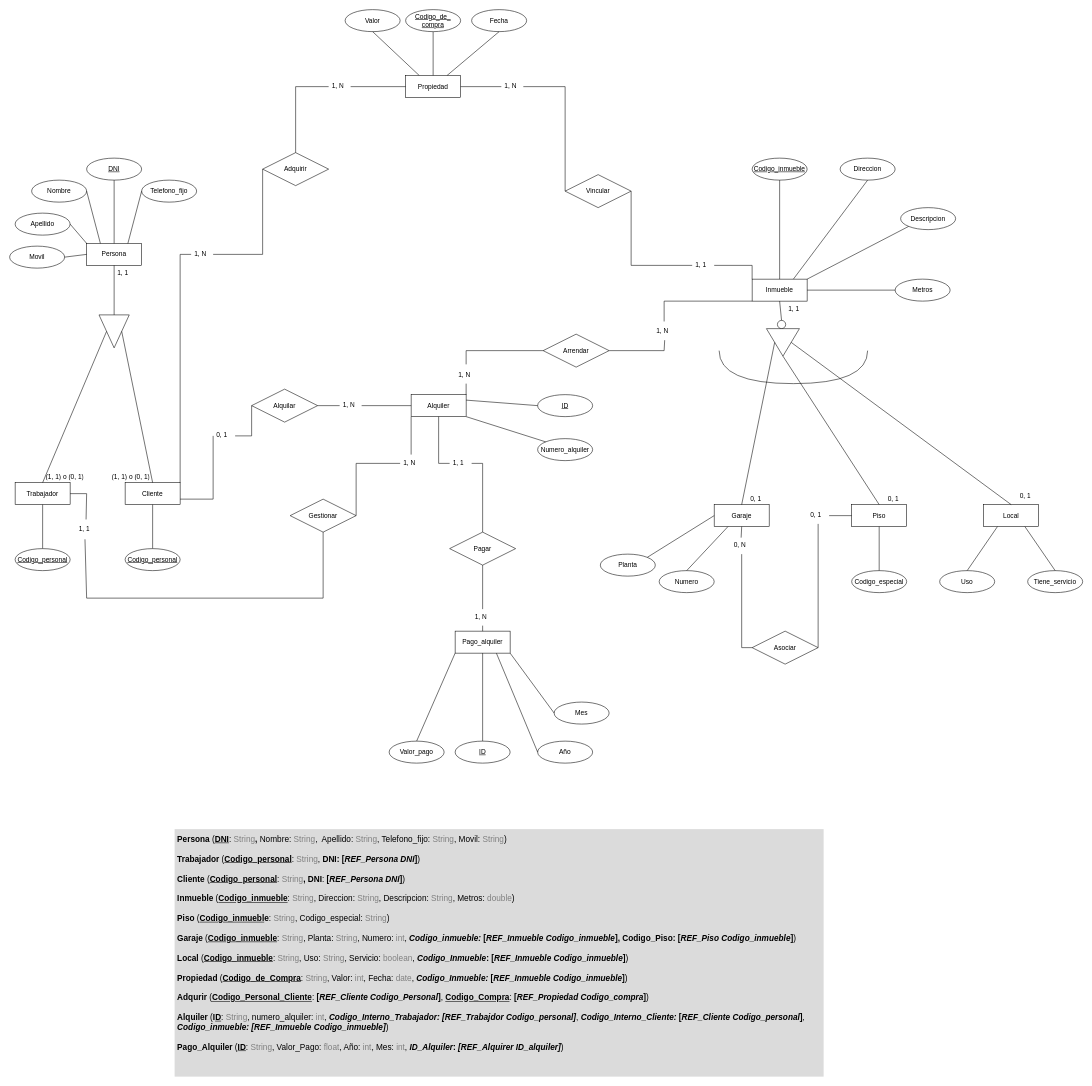
jordimall/jmg-tsys-ta12diagramasER-drawio-111023 keeps this draw.io diagram as Actividad_18_C3_UD12.drawio. Above is the earlier version. Source tidied: cells renumbered, new cells numbered last; positions are measured from the earlier drawing's top-left corner, leaving out a move shared by most shapes. Both pictures are drawn from the tidied source at 55%, with x=0, y=0 at pixel (9, 9).
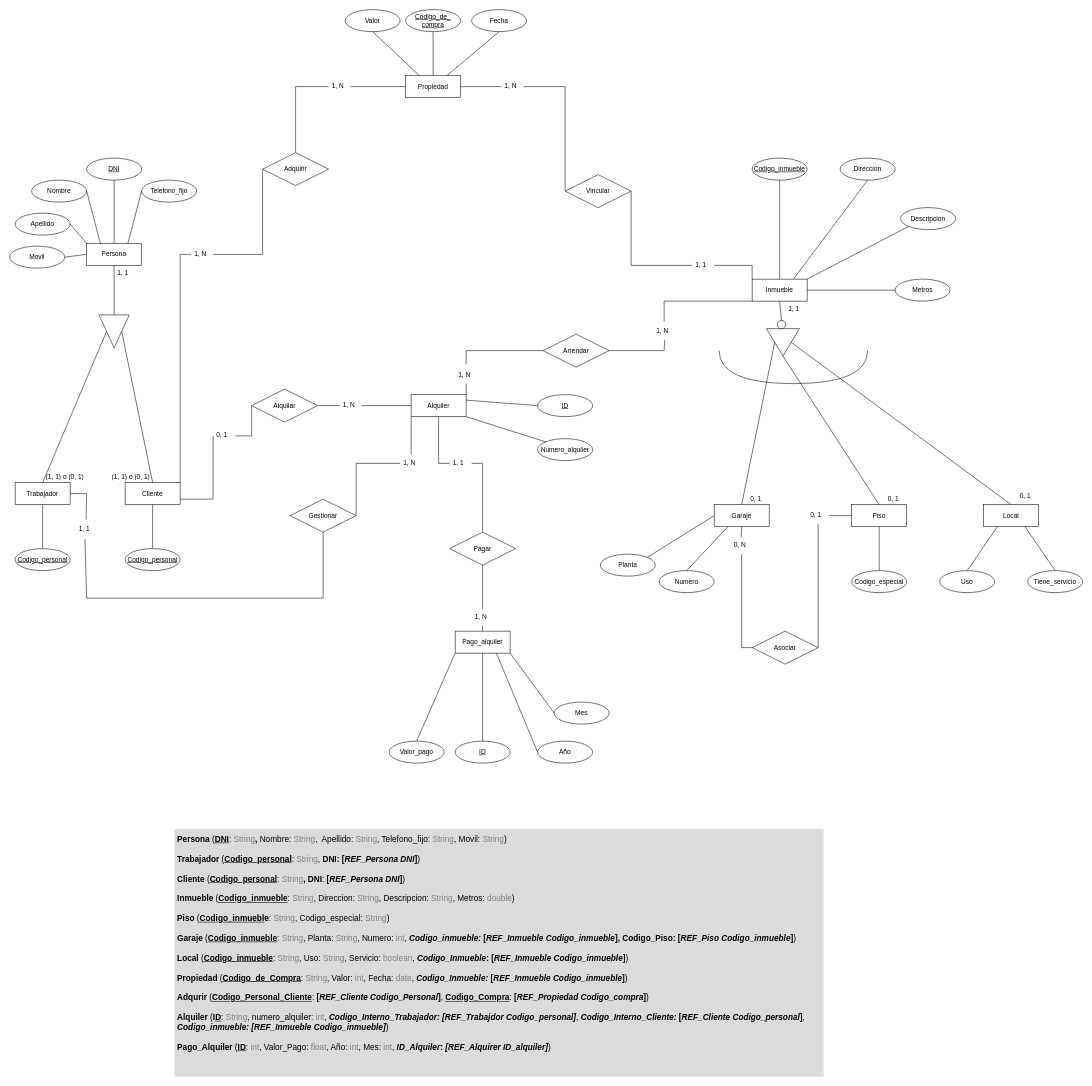
The same diagram, later.

Commit message:
Actualizar relacional pago_alquiler .drawio

Change to the diagram source:
```diff
@@
-    <mxCell id="107" value="&lt;div style=&quot;line-height: 120%;&quot;&gt;&lt;font style=&quot;font-size: 15px;&quot;&gt;&lt;b&gt;Persona &lt;/b&gt;(&lt;u style=&quot;font-weight: bold;&quot;&gt;DNI&lt;/u&gt;:&lt;b&gt;&amp;nbsp;&lt;/b&gt;&lt;/font&gt;&lt;font style=&quot;font-size: 15px;&quot;&gt;&lt;font color=&quot;#808080&quot;&gt;String&lt;/font&gt;&lt;b&gt;,&lt;/b&gt; Nombre:&amp;nbsp;&lt;/font&gt;&lt;font color=&quot;#808080&quot;&gt;String&lt;/font&gt;&lt;font style=&quot;font-size: 15px;&quot;&gt;,&amp;nbsp; Apellido:&amp;nbsp;&lt;/font&gt;&lt;font style=&quot;font-size: 15px;&quot;&gt;&lt;font color=&quot;#808080&quot;&gt;String&lt;/font&gt;, Telefono_fijo:&amp;nbsp;&lt;/font&gt;&lt;font color=&quot;#808080&quot;&gt;String&lt;/font&gt;&lt;font style=&quot;font-size: 15px;&quot;&gt;, Movil:&amp;nbsp;&lt;/font&gt;&lt;font color=&quot;#808080&quot;&gt;String&lt;/font&gt;&lt;span style=&quot;background-color: rgb(219, 219, 219);&quot;&gt;&lt;font style=&quot;font-size: 15px;&quot;&gt;)&lt;/font&gt;&lt;/span&gt;&lt;/div&gt;&lt;div style=&quot;line-height: 120%;&quot;&gt;&lt;span style=&quot;background-color: rgb(219, 219, 219);&quot;&gt;&lt;font style=&quot;font-size: 15px;&quot;&gt;&lt;br&gt;&lt;/font&gt;&lt;/span&gt;&lt;/div&gt;&lt;div style=&quot;line-height: 120%;&quot;&gt;&lt;font style=&quot;font-size: 15px;&quot;&gt;&lt;b&gt;Trabajador &lt;/b&gt;(&lt;u&gt;&lt;b&gt;Codigo_personal&lt;/b&gt;&lt;/u&gt;: &lt;font style=&quot;&quot; color=&quot;#808080&quot;&gt;String&lt;/font&gt;, &lt;b&gt;DNI: [&lt;i&gt;REF_Persona DNI&lt;/i&gt;]&lt;/b&gt;)&lt;/font&gt;&lt;/div&gt;&lt;div style=&quot;line-height: 120%;&quot;&gt;&lt;font style=&quot;font-size: 15px;&quot;&gt;&lt;br&gt;&lt;/font&gt;&lt;/div&gt;&lt;div style=&quot;line-height: 120%;&quot;&gt;&lt;font style=&quot;font-size: 15px;&quot;&gt;&lt;b&gt;Cliente &lt;/b&gt;(&lt;/font&gt;&lt;font style=&quot;font-size: 15px;&quot;&gt;&lt;u style=&quot;font-weight: bold;&quot;&gt;Codigo_personal&lt;/u&gt;:&lt;b&gt;&amp;nbsp;&lt;/b&gt;&lt;/font&gt;&lt;font color=&quot;#808080&quot;&gt;String&lt;/font&gt;&lt;font style=&quot;font-size: 15px;&quot;&gt;&lt;b&gt;,&lt;/b&gt;&amp;nbsp;&lt;b&gt;DNI&lt;/b&gt;:&amp;nbsp;&lt;/font&gt;&lt;b&gt;[&lt;i&gt;REF_Persona DNI&lt;/i&gt;]&lt;/b&gt;&lt;span style=&quot;background-color: rgb(219, 219, 219);&quot;&gt;&lt;font style=&quot;font-size: 15px;&quot;&gt;)&lt;/font&gt;&lt;/span&gt;&lt;/div&gt;&lt;div style=&quot;line-height: 120%;&quot;&gt;&lt;span style=&quot;background-color: rgb(219, 219, 219);&quot;&gt;&lt;font style=&quot;font-size: 15px;&quot;&gt;&lt;br&gt;&lt;/font&gt;&lt;/span&gt;&lt;/div&gt;&lt;div style=&quot;line-height: 120%;&quot;&gt;&lt;font style=&quot;font-size: 15px;&quot;&gt;&lt;b&gt;Inmueble &lt;/b&gt;(&lt;u style=&quot;font-weight: bold;&quot;&gt;Codigo_inmueble&lt;/u&gt;:&amp;nbsp;&lt;/font&gt;&lt;font color=&quot;#808080&quot;&gt;String&lt;/font&gt;&lt;font style=&quot;font-size: 15px;&quot;&gt;, Direccion:&amp;nbsp;&lt;/font&gt;&lt;font color=&quot;#808080&quot;&gt;String&lt;/font&gt;&lt;font style=&quot;font-size: 15px;&quot;&gt;, Descripcion:&amp;nbsp;&lt;/font&gt;&lt;font color=&quot;#808080&quot;&gt;String&lt;/font&gt;&lt;span style=&quot;background-color: rgb(219, 219, 219);&quot;&gt;&lt;font style=&quot;font-size: 15px;&quot;&gt;, Metros: &lt;font color=&quot;#808080&quot;&gt;double&lt;/font&gt;)&lt;/font&gt;&lt;/span&gt;&lt;/div&gt;&lt;div style=&quot;line-height: 120%;&quot;&gt;&lt;span style=&quot;background-color: rgb(219, 219, 219);&quot;&gt;&lt;font style=&quot;font-size: 15px;&quot;&gt;&lt;br&gt;&lt;/font&gt;&lt;/span&gt;&lt;/div&gt;&lt;div style=&quot;line-height: 120%;&quot;&gt;&lt;font style=&quot;font-size: 15px;&quot;&gt;&lt;b&gt;Piso &lt;/b&gt;(&lt;u style=&quot;font-weight: bold;&quot;&gt;Codigo_inmuebl&lt;/u&gt;&lt;b&gt;e&lt;/b&gt;:&lt;b&gt;&amp;nbsp;&lt;/b&gt;&lt;/font&gt;&lt;font style=&quot;&quot; color=&quot;#808080&quot;&gt;String&lt;/font&gt;&lt;font style=&quot;font-size: 15px;&quot;&gt;, Codigo_especial:&amp;nbsp;&lt;/font&gt;&lt;font color=&quot;#808080&quot;&gt;String&lt;/font&gt;&lt;span style=&quot;background-color: rgb(219, 219, 219);&quot;&gt;&lt;font style=&quot;font-size: 15px;&quot;&gt;)&lt;/font&gt;&lt;/span&gt;&lt;/div&gt;&lt;div style=&quot;line-height: 120%;&quot;&gt;&lt;span style=&quot;background-color: rgb(219, 219, 219);&quot;&gt;&lt;font style=&quot;font-size: 15px;&quot;&gt;&lt;br&gt;&lt;/font&gt;&lt;/span&gt;&lt;/div&gt;&lt;div style=&quot;line-height: 120%;&quot;&gt;&lt;font style=&quot;font-size: 15px;&quot;&gt;&lt;b&gt;Garaje &lt;/b&gt;(&lt;u style=&quot;font-weight: bold;&quot;&gt;Codigo_inmueble&lt;/u&gt;:&amp;nbsp;&lt;/font&gt;&lt;font style=&quot;&quot; color=&quot;#808080&quot;&gt;String&lt;/font&gt;&lt;font style=&quot;font-size: 15px;&quot;&gt;, Planta:&amp;nbsp;&lt;/font&gt;&lt;font color=&quot;#808080&quot;&gt;String&lt;/font&gt;&lt;font style=&quot;font-size: 15px;&quot;&gt;, Numero: &lt;font color=&quot;#808080&quot;&gt;int&lt;/font&gt;, &lt;i&gt;&lt;b&gt;Codigo_inmueble:&amp;nbsp;&lt;/b&gt;&lt;/i&gt;&lt;/font&gt;&lt;b&gt;[&lt;i&gt;REF_Inmueble Codigo_inmueble&lt;/i&gt;], Codigo_Piso: [&lt;i&gt;REF_Piso Codigo_inmueble&lt;/i&gt;]&lt;/b&gt;&lt;span style=&quot;background-color: rgb(219, 219, 219);&quot;&gt;&lt;font style=&quot;font-size: 15px;&quot;&gt;)&lt;/font&gt;&lt;/span&gt;&lt;/div&gt;&lt;div style=&quot;line-height: 120%;&quot;&gt;&lt;span style=&quot;background-color: rgb(219, 219, 219);&quot;&gt;&lt;font style=&quot;font-size: 15px;&quot;&gt;&lt;br&gt;&lt;/font&gt;&lt;/span&gt;&lt;/div&gt;&lt;div style=&quot;line-height: 120%;&quot;&gt;&lt;font style=&quot;font-size: 15px;&quot;&gt;&lt;b&gt;Local &lt;/b&gt;(&lt;u style=&quot;font-weight: bold;&quot;&gt;Codigo_inmueble&lt;/u&gt;:&amp;nbsp;&lt;/font&gt;&lt;font style=&quot;&quot; color=&quot;#808080&quot;&gt;String&lt;/font&gt;&lt;font style=&quot;font-size: 15px;&quot;&gt;, Uso: &lt;font color=&quot;#808080&quot;&gt;String&lt;/font&gt;, Servicio: &lt;font color=&quot;#808080&quot;&gt;boolean&lt;/font&gt;, &lt;b&gt;&lt;i&gt;Codigo_Inmueble&lt;/i&gt;:&amp;nbsp;&lt;/b&gt;&lt;/font&gt;&lt;b&gt;[&lt;i&gt;REF_Inmueble Codigo_inmueble&lt;/i&gt;]&lt;/b&gt;&lt;span style=&quot;background-color: rgb(219, 219, 219);&quot;&gt;&lt;font style=&quot;font-size: 15px;&quot;&gt;)&amp;nbsp;&lt;/font&gt;&lt;/span&gt;&lt;/div&gt;&lt;div style=&quot;line-height: 120%;&quot;&gt;&lt;span style=&quot;background-color: rgb(219, 219, 219);&quot;&gt;&lt;font style=&quot;font-size: 15px;&quot;&gt;&lt;br&gt;&lt;/font&gt;&lt;/span&gt;&lt;/div&gt;&lt;div style=&quot;line-height: 120%;&quot;&gt;&lt;font style=&quot;font-size: 15px;&quot;&gt;&lt;b&gt;Propiedad &lt;/b&gt;(&lt;b&gt;&lt;u&gt;Codigo_de_Compra&lt;/u&gt;&lt;/b&gt;:&amp;nbsp;&lt;/font&gt;&lt;font style=&quot;&quot; color=&quot;#808080&quot;&gt;String&lt;/font&gt;&lt;font style=&quot;font-size: 15px;&quot;&gt;, Valor: &lt;font color=&quot;#808080&quot;&gt;int&lt;/font&gt;, Fecha: &lt;font color=&quot;#808080&quot;&gt;date&lt;/font&gt;, &lt;i&gt;&lt;b&gt;Codigo_Inmueble:&amp;nbsp;&lt;/b&gt;&lt;/i&gt;&lt;/font&gt;&lt;b&gt;[&lt;i&gt;REF_Inmueble Codigo_inmueble&lt;/i&gt;]&lt;/b&gt;&lt;span style=&quot;background-color: rgb(219, 219, 219);&quot;&gt;&lt;font style=&quot;font-size: 15px;&quot;&gt;)&lt;/font&gt;&lt;/span&gt;&lt;/div&gt;&lt;div style=&quot;line-height: 120%;&quot;&gt;&lt;span style=&quot;background-color: rgb(219, 219, 219);&quot;&gt;&lt;font style=&quot;font-size: 15px;&quot;&gt;&lt;br&gt;&lt;/font&gt;&lt;/span&gt;&lt;/div&gt;&lt;div style=&quot;line-height: 120%;&quot;&gt;&lt;b&gt;Adqurir &lt;/b&gt;(&lt;u style=&quot;font-weight: bold;&quot;&gt;Codigo_Personal_Cliente&lt;/u&gt;: &lt;b&gt;[&lt;i&gt;REF_Cliente Codigo_Personal&lt;/i&gt;]&lt;/b&gt;, &lt;u style=&quot;font-weight: bold;&quot;&gt;Codigo_Compra&lt;/u&gt;: &lt;b&gt;[&lt;i&gt;REF_Propiedad Codigo_compra&lt;/i&gt;]&lt;/b&gt;&lt;span style=&quot;background-color: initial;&quot;&gt;)&lt;/span&gt;&lt;/div&gt;&lt;div style=&quot;line-height: 120%;&quot;&gt;&lt;span style=&quot;background-color: initial;&quot;&gt;&lt;br&gt;&lt;/span&gt;&lt;/div&gt;&lt;div style=&quot;line-height: 120%;&quot;&gt;&lt;font style=&quot;border-color: var(--border-color);&quot;&gt;&lt;b style=&quot;border-color: var(--border-color);&quot;&gt;Alquiler&amp;nbsp;&lt;/b&gt;(&lt;b style=&quot;border-color: var(--border-color);&quot;&gt;I&lt;/b&gt;&lt;u style=&quot;border-color: var(--border-color); font-weight: bold;&quot;&gt;D&lt;/u&gt;:&amp;nbsp;&lt;/font&gt;&lt;span style=&quot;border-color: var(--border-color);&quot;&gt;&lt;font color=&quot;#808080&quot;&gt;String&lt;/font&gt;&lt;/span&gt;&lt;font style=&quot;border-color: var(--border-color);&quot;&gt;, numero_alquiler: &lt;font color=&quot;#808080&quot;&gt;int&lt;/font&gt;,&amp;nbsp;&lt;i style=&quot;border-color: var(--border-color);&quot;&gt;&lt;b&gt;Codigo_Interno_Trabajador: [REF_Trabajdor Codigo_personal]&lt;/b&gt;&lt;/i&gt;&lt;/font&gt;&lt;font style=&quot;border-color: var(--border-color);&quot;&gt;,&amp;nbsp;&lt;b&gt;&lt;i style=&quot;border-color: var(--border-color);&quot;&gt;Codigo_Interno_Cliente: &lt;/i&gt;&lt;span style=&quot;border-color: var(--border-color);&quot;&gt;[&lt;i&gt;REF_Cliente Codigo_personal&lt;/i&gt;]&lt;/span&gt;&lt;/b&gt;&lt;/font&gt;&lt;font style=&quot;border-color: var(--border-color);&quot;&gt;&lt;i style=&quot;border-color: var(--border-color);&quot;&gt;, &lt;b&gt;Codigo_inmueble:&amp;nbsp;&lt;/b&gt;&lt;/i&gt;&lt;/font&gt;&lt;i&gt;&lt;b&gt;[REF_Inmueble Codigo_inmueble]&lt;/b&gt;&lt;/i&gt;&lt;font style=&quot;border-color: var(--border-color);&quot;&gt;)&lt;/font&gt;&lt;span style=&quot;background-color: initial;&quot;&gt;&lt;br&gt;&lt;/span&gt;&lt;/div&gt;&lt;div style=&quot;line-height: 120%;&quot;&gt;&lt;font style=&quot;border-color: var(--border-color);&quot;&gt;&lt;br&gt;&lt;/font&gt;&lt;/div&gt;&lt;div style=&quot;line-height: 120%;&quot;&gt;&lt;font style=&quot;border-color: var(--border-color);&quot;&gt;&lt;b&gt;Pago_Alquiler &lt;/b&gt;(&lt;b&gt;&lt;u&gt;ID&lt;/u&gt;&lt;/b&gt;: &lt;font color=&quot;#808080&quot;&gt;String&lt;/font&gt;, Valor_Pago: &lt;font color=&quot;#808080&quot;&gt;float&lt;/font&gt;, Año: &lt;font color=&quot;#808080&quot;&gt;int&lt;/font&gt;, Mes: &lt;font color=&quot;#808080&quot;&gt;int&lt;/font&gt;, &lt;b&gt;&lt;i&gt;ID_Alquiler&lt;/i&gt;: &lt;i&gt;[REF_Alquirer ID_alquiler&lt;/i&gt;&lt;/b&gt;&lt;/font&gt;&lt;i style=&quot;background-color: initial;&quot;&gt;&lt;b&gt;]&lt;/b&gt;&lt;/i&gt;&lt;span style=&quot;background-color: initial;&quot;&gt;)&lt;/span&gt;&lt;/div&gt;&lt;div style=&quot;line-height: 120%;&quot;&gt;&lt;font style=&quot;border-color: var(--border-color);&quot;&gt;&lt;br&gt;&lt;/font&gt;&lt;/div&gt;" style="text;html=1;strokeColor=none;fillColor=#dbdbdb;align=left;verticalAlign=top;whiteSpace=wrap;rounded=0;fontSize=15;spacing=5;" parent="1" vertex="1">
+    <mxCell id="107" value="&lt;div style=&quot;line-height: 120%;&quot;&gt;&lt;font style=&quot;font-size: 15px;&quot;&gt;&lt;b&gt;Persona &lt;/b&gt;(&lt;u style=&quot;font-weight: bold;&quot;&gt;DNI&lt;/u&gt;:&lt;b&gt;&amp;nbsp;&lt;/b&gt;&lt;/font&gt;&lt;font style=&quot;font-size: 15px;&quot;&gt;&lt;font color=&quot;#808080&quot;&gt;String&lt;/font&gt;&lt;b&gt;,&lt;/b&gt; Nombre:&amp;nbsp;&lt;/font&gt;&lt;font color=&quot;#808080&quot;&gt;String&lt;/font&gt;&lt;font style=&quot;font-size: 15px;&quot;&gt;,&amp;nbsp; Apellido:&amp;nbsp;&lt;/font&gt;&lt;font style=&quot;font-size: 15px;&quot;&gt;&lt;font color=&quot;#808080&quot;&gt;String&lt;/font&gt;, Telefono_fijo:&amp;nbsp;&lt;/font&gt;&lt;font color=&quot;#808080&quot;&gt;String&lt;/font&gt;&lt;font style=&quot;font-size: 15px;&quot;&gt;, Movil:&amp;nbsp;&lt;/font&gt;&lt;font color=&quot;#808080&quot;&gt;String&lt;/font&gt;&lt;span style=&quot;background-color: rgb(219, 219, 219);&quot;&gt;&lt;font style=&quot;font-size: 15px;&quot;&gt;)&lt;/font&gt;&lt;/span&gt;&lt;/div&gt;&lt;div style=&quot;line-height: 120%;&quot;&gt;&lt;span style=&quot;background-color: rgb(219, 219, 219);&quot;&gt;&lt;font style=&quot;font-size: 15px;&quot;&gt;&lt;br&gt;&lt;/font&gt;&lt;/span&gt;&lt;/div&gt;&lt;div style=&quot;line-height: 120%;&quot;&gt;&lt;font style=&quot;font-size: 15px;&quot;&gt;&lt;b&gt;Trabajador &lt;/b&gt;(&lt;u&gt;&lt;b&gt;Codigo_personal&lt;/b&gt;&lt;/u&gt;: &lt;font style=&quot;&quot; color=&quot;#808080&quot;&gt;String&lt;/font&gt;, &lt;b&gt;DNI: [&lt;i&gt;REF_Persona DNI&lt;/i&gt;]&lt;/b&gt;)&lt;/font&gt;&lt;/div&gt;&lt;div style=&quot;line-height: 120%;&quot;&gt;&lt;font style=&quot;font-size: 15px;&quot;&gt;&lt;br&gt;&lt;/font&gt;&lt;/div&gt;&lt;div style=&quot;line-height: 120%;&quot;&gt;&lt;font style=&quot;font-size: 15px;&quot;&gt;&lt;b&gt;Cliente &lt;/b&gt;(&lt;/font&gt;&lt;font style=&quot;font-size: 15px;&quot;&gt;&lt;u style=&quot;font-weight: bold;&quot;&gt;Codigo_personal&lt;/u&gt;:&lt;b&gt;&amp;nbsp;&lt;/b&gt;&lt;/font&gt;&lt;font color=&quot;#808080&quot;&gt;String&lt;/font&gt;&lt;font style=&quot;font-size: 15px;&quot;&gt;&lt;b&gt;,&lt;/b&gt;&amp;nbsp;&lt;b&gt;DNI&lt;/b&gt;:&amp;nbsp;&lt;/font&gt;&lt;b&gt;[&lt;i&gt;REF_Persona DNI&lt;/i&gt;]&lt;/b&gt;&lt;span style=&quot;background-color: rgb(219, 219, 219);&quot;&gt;&lt;font style=&quot;font-size: 15px;&quot;&gt;)&lt;/font&gt;&lt;/span&gt;&lt;/div&gt;&lt;div style=&quot;line-height: 120%;&quot;&gt;&lt;span style=&quot;background-color: rgb(219, 219, 219);&quot;&gt;&lt;font style=&quot;font-size: 15px;&quot;&gt;&lt;br&gt;&lt;/font&gt;&lt;/span&gt;&lt;/div&gt;&lt;div style=&quot;line-height: 120%;&quot;&gt;&lt;font style=&quot;font-size: 15px;&quot;&gt;&lt;b&gt;Inmueble &lt;/b&gt;(&lt;u style=&quot;font-weight: bold;&quot;&gt;Codigo_inmueble&lt;/u&gt;:&amp;nbsp;&lt;/font&gt;&lt;font color=&quot;#808080&quot;&gt;String&lt;/font&gt;&lt;font style=&quot;font-size: 15px;&quot;&gt;, Direccion:&amp;nbsp;&lt;/font&gt;&lt;font color=&quot;#808080&quot;&gt;String&lt;/font&gt;&lt;font style=&quot;font-size: 15px;&quot;&gt;, Descripcion:&amp;nbsp;&lt;/font&gt;&lt;font color=&quot;#808080&quot;&gt;String&lt;/font&gt;&lt;span style=&quot;background-color: rgb(219, 219, 219);&quot;&gt;&lt;font style=&quot;font-size: 15px;&quot;&gt;, Metros: &lt;font color=&quot;#808080&quot;&gt;double&lt;/font&gt;)&lt;/font&gt;&lt;/span&gt;&lt;/div&gt;&lt;div style=&quot;line-height: 120%;&quot;&gt;&lt;span style=&quot;background-color: rgb(219, 219, 219);&quot;&gt;&lt;font style=&quot;font-size: 15px;&quot;&gt;&lt;br&gt;&lt;/font&gt;&lt;/span&gt;&lt;/div&gt;&lt;div style=&quot;line-height: 120%;&quot;&gt;&lt;font style=&quot;font-size: 15px;&quot;&gt;&lt;b&gt;Piso &lt;/b&gt;(&lt;u style=&quot;font-weight: bold;&quot;&gt;Codigo_inmuebl&lt;/u&gt;&lt;b&gt;e&lt;/b&gt;:&lt;b&gt;&amp;nbsp;&lt;/b&gt;&lt;/font&gt;&lt;font style=&quot;&quot; color=&quot;#808080&quot;&gt;String&lt;/font&gt;&lt;font style=&quot;font-size: 15px;&quot;&gt;, Codigo_especial:&amp;nbsp;&lt;/font&gt;&lt;font color=&quot;#808080&quot;&gt;String&lt;/font&gt;&lt;span style=&quot;background-color: rgb(219, 219, 219);&quot;&gt;&lt;font style=&quot;font-size: 15px;&quot;&gt;)&lt;/font&gt;&lt;/span&gt;&lt;/div&gt;&lt;div style=&quot;line-height: 120%;&quot;&gt;&lt;span style=&quot;background-color: rgb(219, 219, 219);&quot;&gt;&lt;font style=&quot;font-size: 15px;&quot;&gt;&lt;br&gt;&lt;/font&gt;&lt;/span&gt;&lt;/div&gt;&lt;div style=&quot;line-height: 120%;&quot;&gt;&lt;font style=&quot;font-size: 15px;&quot;&gt;&lt;b&gt;Garaje &lt;/b&gt;(&lt;u style=&quot;font-weight: bold;&quot;&gt;Codigo_inmueble&lt;/u&gt;:&amp;nbsp;&lt;/font&gt;&lt;font style=&quot;&quot; color=&quot;#808080&quot;&gt;String&lt;/font&gt;&lt;font style=&quot;font-size: 15px;&quot;&gt;, Planta:&amp;nbsp;&lt;/font&gt;&lt;font color=&quot;#808080&quot;&gt;String&lt;/font&gt;&lt;font style=&quot;font-size: 15px;&quot;&gt;, Numero: &lt;font color=&quot;#808080&quot;&gt;int&lt;/font&gt;, &lt;i&gt;&lt;b&gt;Codigo_inmueble:&amp;nbsp;&lt;/b&gt;&lt;/i&gt;&lt;/font&gt;&lt;b&gt;[&lt;i&gt;REF_Inmueble Codigo_inmueble&lt;/i&gt;], Codigo_Piso: [&lt;i&gt;REF_Piso Codigo_inmueble&lt;/i&gt;]&lt;/b&gt;&lt;span style=&quot;background-color: rgb(219, 219, 219);&quot;&gt;&lt;font style=&quot;font-size: 15px;&quot;&gt;)&lt;/font&gt;&lt;/span&gt;&lt;/div&gt;&lt;div style=&quot;line-height: 120%;&quot;&gt;&lt;span style=&quot;background-color: rgb(219, 219, 219);&quot;&gt;&lt;font style=&quot;font-size: 15px;&quot;&gt;&lt;br&gt;&lt;/font&gt;&lt;/span&gt;&lt;/div&gt;&lt;div style=&quot;line-height: 120%;&quot;&gt;&lt;font style=&quot;font-size: 15px;&quot;&gt;&lt;b&gt;Local &lt;/b&gt;(&lt;u style=&quot;font-weight: bold;&quot;&gt;Codigo_inmueble&lt;/u&gt;:&amp;nbsp;&lt;/font&gt;&lt;font style=&quot;&quot; color=&quot;#808080&quot;&gt;String&lt;/font&gt;&lt;font style=&quot;font-size: 15px;&quot;&gt;, Uso: &lt;font color=&quot;#808080&quot;&gt;String&lt;/font&gt;, Servicio: &lt;font color=&quot;#808080&quot;&gt;boolean&lt;/font&gt;, &lt;b&gt;&lt;i&gt;Codigo_Inmueble&lt;/i&gt;:&amp;nbsp;&lt;/b&gt;&lt;/font&gt;&lt;b&gt;[&lt;i&gt;REF_Inmueble Codigo_inmueble&lt;/i&gt;]&lt;/b&gt;&lt;span style=&quot;background-color: rgb(219, 219, 219);&quot;&gt;&lt;font style=&quot;font-size: 15px;&quot;&gt;)&amp;nbsp;&lt;/font&gt;&lt;/span&gt;&lt;/div&gt;&lt;div style=&quot;line-height: 120%;&quot;&gt;&lt;span style=&quot;background-color: rgb(219, 219, 219);&quot;&gt;&lt;font style=&quot;font-size: 15px;&quot;&gt;&lt;br&gt;&lt;/font&gt;&lt;/span&gt;&lt;/div&gt;&lt;div style=&quot;line-height: 120%;&quot;&gt;&lt;font style=&quot;font-size: 15px;&quot;&gt;&lt;b&gt;Propiedad &lt;/b&gt;(&lt;b&gt;&lt;u&gt;Codigo_de_Compra&lt;/u&gt;&lt;/b&gt;:&amp;nbsp;&lt;/font&gt;&lt;font style=&quot;&quot; color=&quot;#808080&quot;&gt;String&lt;/font&gt;&lt;font style=&quot;font-size: 15px;&quot;&gt;, Valor: &lt;font color=&quot;#808080&quot;&gt;int&lt;/font&gt;, Fecha: &lt;font color=&quot;#808080&quot;&gt;date&lt;/font&gt;, &lt;i&gt;&lt;b&gt;Codigo_Inmueble:&amp;nbsp;&lt;/b&gt;&lt;/i&gt;&lt;/font&gt;&lt;b&gt;[&lt;i&gt;REF_Inmueble Codigo_inmueble&lt;/i&gt;]&lt;/b&gt;&lt;span style=&quot;background-color: rgb(219, 219, 219);&quot;&gt;&lt;font style=&quot;font-size: 15px;&quot;&gt;)&lt;/font&gt;&lt;/span&gt;&lt;/div&gt;&lt;div style=&quot;line-height: 120%;&quot;&gt;&lt;span style=&quot;background-color: rgb(219, 219, 219);&quot;&gt;&lt;font style=&quot;font-size: 15px;&quot;&gt;&lt;br&gt;&lt;/font&gt;&lt;/span&gt;&lt;/div&gt;&lt;div style=&quot;line-height: 120%;&quot;&gt;&lt;b&gt;Adqurir &lt;/b&gt;(&lt;u style=&quot;font-weight: bold;&quot;&gt;Codigo_Personal_Cliente&lt;/u&gt;: &lt;b&gt;[&lt;i&gt;REF_Cliente Codigo_Personal&lt;/i&gt;]&lt;/b&gt;, &lt;u style=&quot;font-weight: bold;&quot;&gt;Codigo_Compra&lt;/u&gt;: &lt;b&gt;[&lt;i&gt;REF_Propiedad Codigo_compra&lt;/i&gt;]&lt;/b&gt;&lt;span style=&quot;background-color: initial;&quot;&gt;)&lt;/span&gt;&lt;/div&gt;&lt;div style=&quot;line-height: 120%;&quot;&gt;&lt;span style=&quot;background-color: initial;&quot;&gt;&lt;br&gt;&lt;/span&gt;&lt;/div&gt;&lt;div style=&quot;line-height: 120%;&quot;&gt;&lt;font style=&quot;border-color: var(--border-color);&quot;&gt;&lt;b style=&quot;border-color: var(--border-color);&quot;&gt;Alquiler&amp;nbsp;&lt;/b&gt;(&lt;b style=&quot;border-color: var(--border-color);&quot;&gt;I&lt;/b&gt;&lt;u style=&quot;border-color: var(--border-color); font-weight: bold;&quot;&gt;D&lt;/u&gt;:&amp;nbsp;&lt;/font&gt;&lt;span style=&quot;border-color: var(--border-color);&quot;&gt;&lt;font color=&quot;#808080&quot;&gt;String&lt;/font&gt;&lt;/span&gt;&lt;font style=&quot;border-color: var(--border-color);&quot;&gt;, numero_alquiler: &lt;font color=&quot;#808080&quot;&gt;int&lt;/font&gt;,&amp;nbsp;&lt;i style=&quot;border-color: var(--border-color);&quot;&gt;&lt;b&gt;Codigo_Interno_Trabajador: [REF_Trabajdor Codigo_personal]&lt;/b&gt;&lt;/i&gt;&lt;/font&gt;&lt;font style=&quot;border-color: var(--border-color);&quot;&gt;,&amp;nbsp;&lt;b&gt;&lt;i style=&quot;border-color: var(--border-color);&quot;&gt;Codigo_Interno_Cliente: &lt;/i&gt;&lt;span style=&quot;border-color: var(--border-color);&quot;&gt;[&lt;i&gt;REF_Cliente Codigo_personal&lt;/i&gt;]&lt;/span&gt;&lt;/b&gt;&lt;/font&gt;&lt;font style=&quot;border-color: var(--border-color);&quot;&gt;&lt;i style=&quot;border-color: var(--border-color);&quot;&gt;, &lt;b&gt;Codigo_inmueble:&amp;nbsp;&lt;/b&gt;&lt;/i&gt;&lt;/font&gt;&lt;i&gt;&lt;b&gt;[REF_Inmueble Codigo_inmueble]&lt;/b&gt;&lt;/i&gt;&lt;font style=&quot;border-color: var(--border-color);&quot;&gt;)&lt;/font&gt;&lt;span style=&quot;background-color: initial;&quot;&gt;&lt;br&gt;&lt;/span&gt;&lt;/div&gt;&lt;div style=&quot;line-height: 120%;&quot;&gt;&lt;font style=&quot;border-color: var(--border-color);&quot;&gt;&lt;br&gt;&lt;/font&gt;&lt;/div&gt;&lt;div style=&quot;line-height: 120%;&quot;&gt;&lt;font style=&quot;border-color: var(--border-color);&quot;&gt;&lt;b&gt;Pago_Alquiler &lt;/b&gt;(&lt;b&gt;&lt;u&gt;ID&lt;/u&gt;&lt;/b&gt;: &lt;font color=&quot;#808080&quot;&gt;int&lt;/font&gt;, Valor_Pago: &lt;font color=&quot;#808080&quot;&gt;float&lt;/font&gt;, Año: &lt;font color=&quot;#808080&quot;&gt;int&lt;/font&gt;, Mes: &lt;font color=&quot;#808080&quot;&gt;int&lt;/font&gt;, &lt;b&gt;&lt;i&gt;ID_Alquiler&lt;/i&gt;: &lt;i&gt;[REF_Alquirer ID_alquiler&lt;/i&gt;&lt;/b&gt;&lt;/font&gt;&lt;i style=&quot;background-color: initial;&quot;&gt;&lt;b&gt;]&lt;/b&gt;&lt;/i&gt;&lt;span style=&quot;background-color: initial;&quot;&gt;)&lt;/span&gt;&lt;/div&gt;&lt;div style=&quot;line-height: 120%;&quot;&gt;&lt;font style=&quot;border-color: var(--border-color);&quot;&gt;&lt;br&gt;&lt;/font&gt;&lt;/div&gt;" style="text;html=1;strokeColor=none;fillColor=#dbdbdb;align=left;verticalAlign=top;whiteSpace=wrap;rounded=0;fontSize=15;spacing=5;" parent="1" vertex="1">
       <mxGeometry x="300" y="1490" width="1180" height="450" as="geometry" />
     </mxCell>
```
